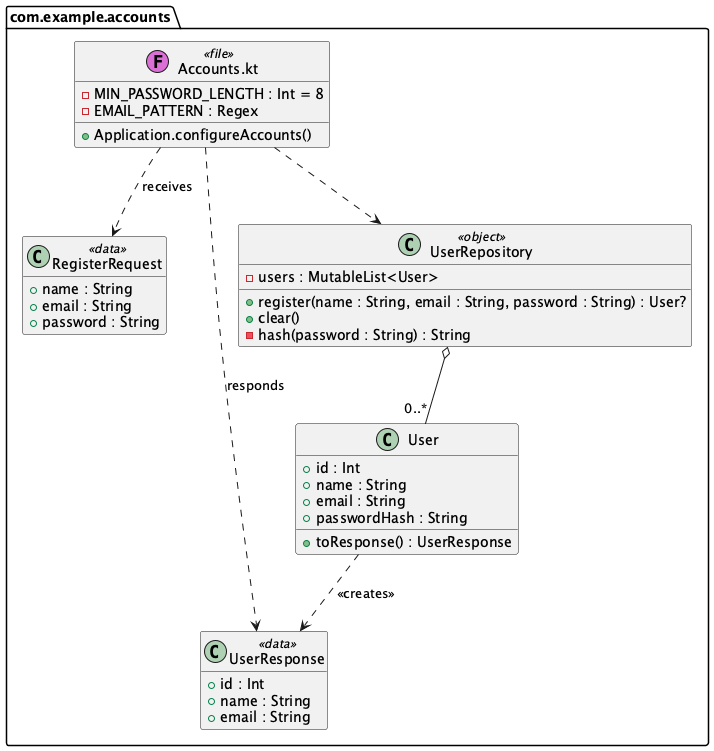
Earlier version of the PlantUML export docs/diagrams/class-accounts.png (Rent-a-car-38291/rent-a-car).
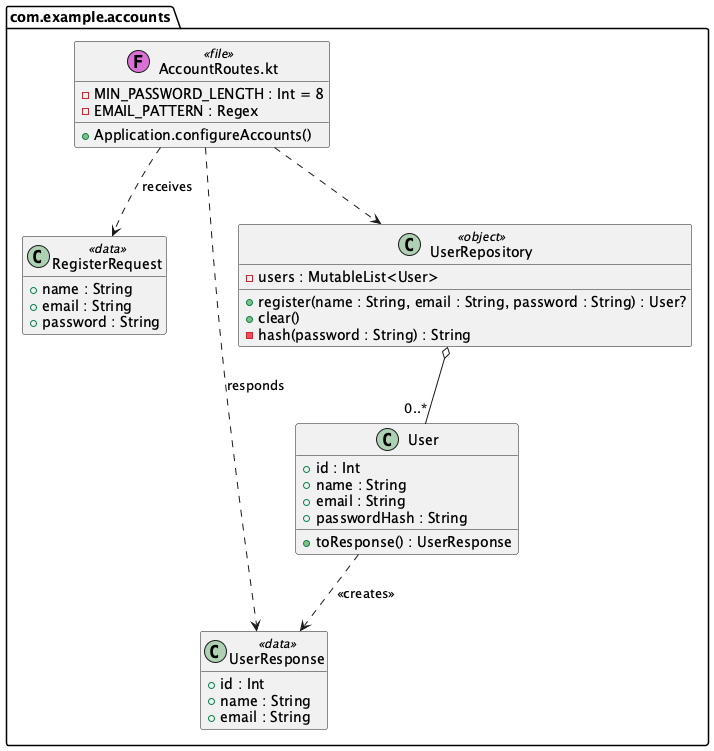
Above is the later version.

Diff of the diagram source:
```diff
@@ -3,7 +3,7 @@
 set separator none
 
 package com.example.accounts <<Folder>> {
-  class "Accounts.kt" as Accounts <<(F,orchid) file>> {
+  class "AccountRoutes.kt" as AccountRoutes <<(F,orchid) file>> {
     - MIN_PASSWORD_LENGTH : Int = 8
     - EMAIL_PATTERN : Regex
     + Application.configureAccounts()
@@ -35,8 +35,8 @@
 
 UserRepository o-- "0..*" User
 User ..> UserResponse : <<creates>>
-Accounts ..> RegisterRequest : receives
-Accounts ..> UserResponse : responds
-Accounts ..> UserRepository
+AccountRoutes ..> RegisterRequest : receives
+AccountRoutes ..> UserResponse : responds
+AccountRoutes ..> UserRepository
 
 @enduml
```
